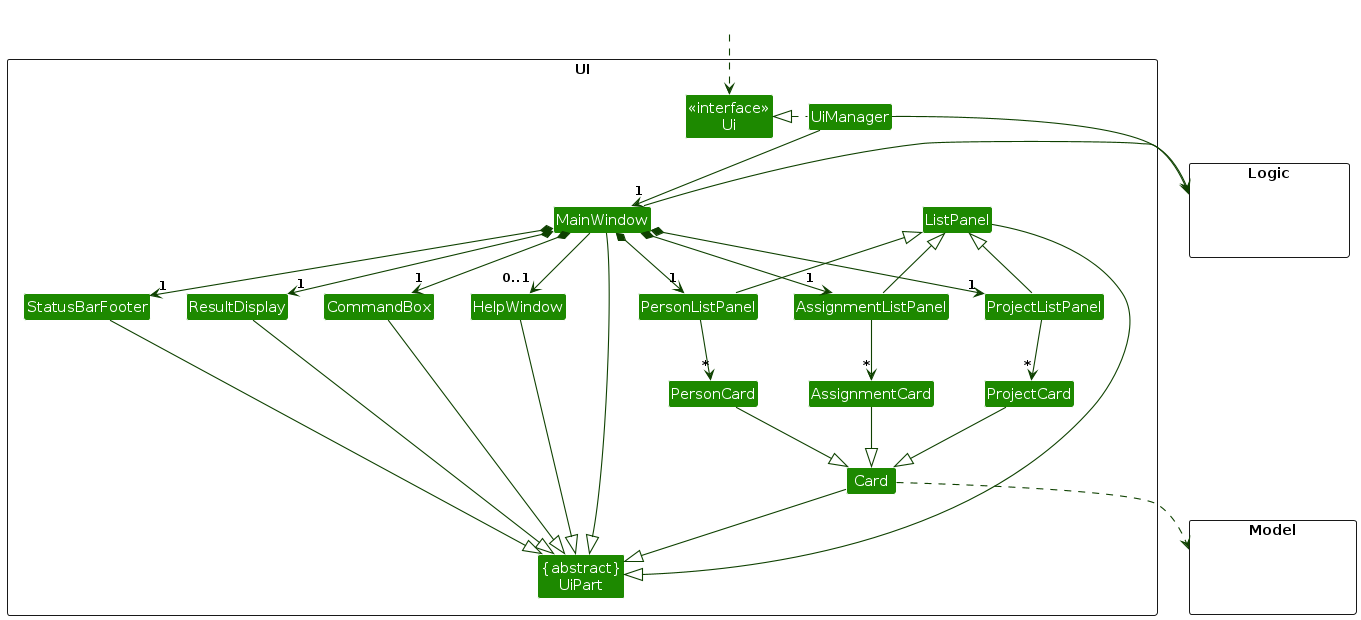
Above: docs/images/UiClassDiagram.png in nus-cs2103-AY2425S1/tp (PlantUML), before the change.
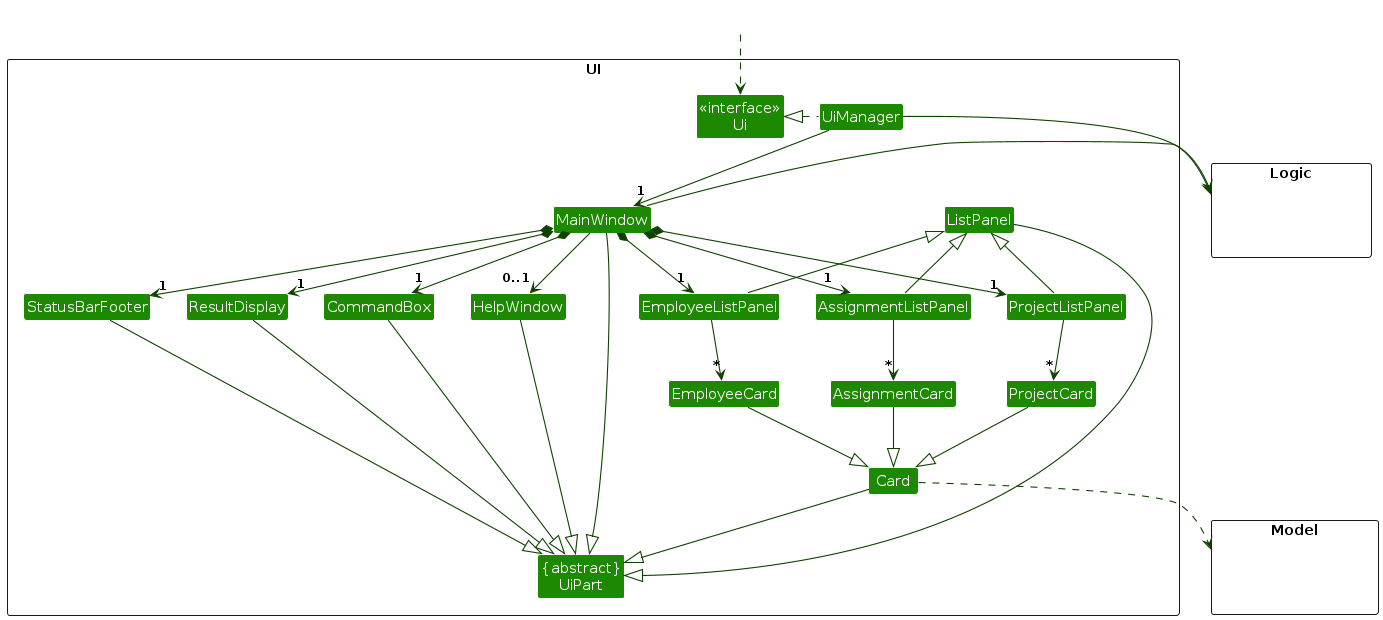
The same file after the commit.

Change to the diagram source:
```diff
@@ -12,11 +12,11 @@
 Class HelpWindow
 Class ResultDisplay
 Class ListPanel
-Class PersonListPanel
+Class EmployeeListPanel
 Class ProjectListPanel
 Class AssignmentListPanel
 Class Card
-Class PersonCard
+Class EmployeeCard
 Class ProjectCard
 Class AssignmentCard
 Class StatusBarFooter
@@ -38,13 +38,13 @@
 UiManager -down-> "1" MainWindow
 MainWindow *-down->  "1" CommandBox
 MainWindow *-down-> "1" ResultDisplay
-MainWindow *-down-> "1" PersonListPanel
+MainWindow *-down-> "1" EmployeeListPanel
 MainWindow *-down-> "1" ProjectListPanel
 MainWindow *-down-> "1" AssignmentListPanel
 MainWindow *-down-> "1" StatusBarFooter
 MainWindow --> "0..1" HelpWindow
 
-PersonListPanel -down-> "*" PersonCard
+EmployeeListPanel -down-> "*" EmployeeCard
 ProjectListPanel -down-> "*" ProjectCard
 AssignmentListPanel -down-> "*" AssignmentCard
 
@@ -53,11 +53,11 @@
 ResultDisplay --|> UiPart
 CommandBox --|> UiPart
 ListPanel --|> UiPart
-PersonListPanel -up-|> ListPanel
+EmployeeListPanel -up-|> ListPanel
 ProjectListPanel -up-|> ListPanel
 AssignmentListPanel -up-|> ListPanel
 Card --|> UiPart
-PersonCard --|> Card
+EmployeeCard --|> Card
 ProjectCard --|> Card
 AssignmentCard --|> Card
 StatusBarFooter --|> UiPart
@@ -67,7 +67,7 @@
 UiManager -right-> Logic
 MainWindow -left-> Logic
 
-PersonListPanel -[hidden]left- HelpWindow
+EmployeeListPanel -[hidden]left- HelpWindow
 ProjectListPanel -[hidden]left- HelpWindow
 AssignmentListPanel -[hidden]left- HelpWindow
 HelpWindow -[hidden]left- CommandBox
```
